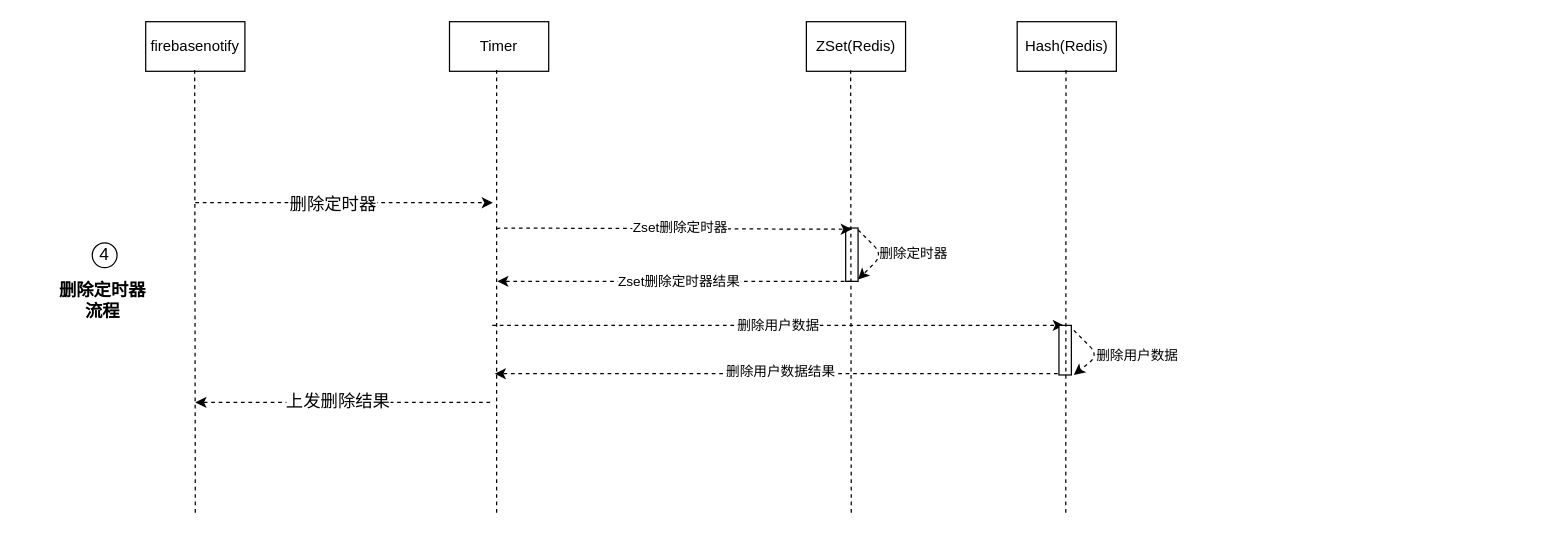
The draw.io diagram page "Page-7" (7 of 8) of timer.drawio in mbabby/draw.io.file, before the edit. Source tidied: cells renumbered, new cells numbered last; positions are measured from the earlier drawing's top-left corner, leaving out a move shared by most shapes. Both pictures are drawn from the tidied source at 124%, with x=0, y=0 at pixel (46, 21).
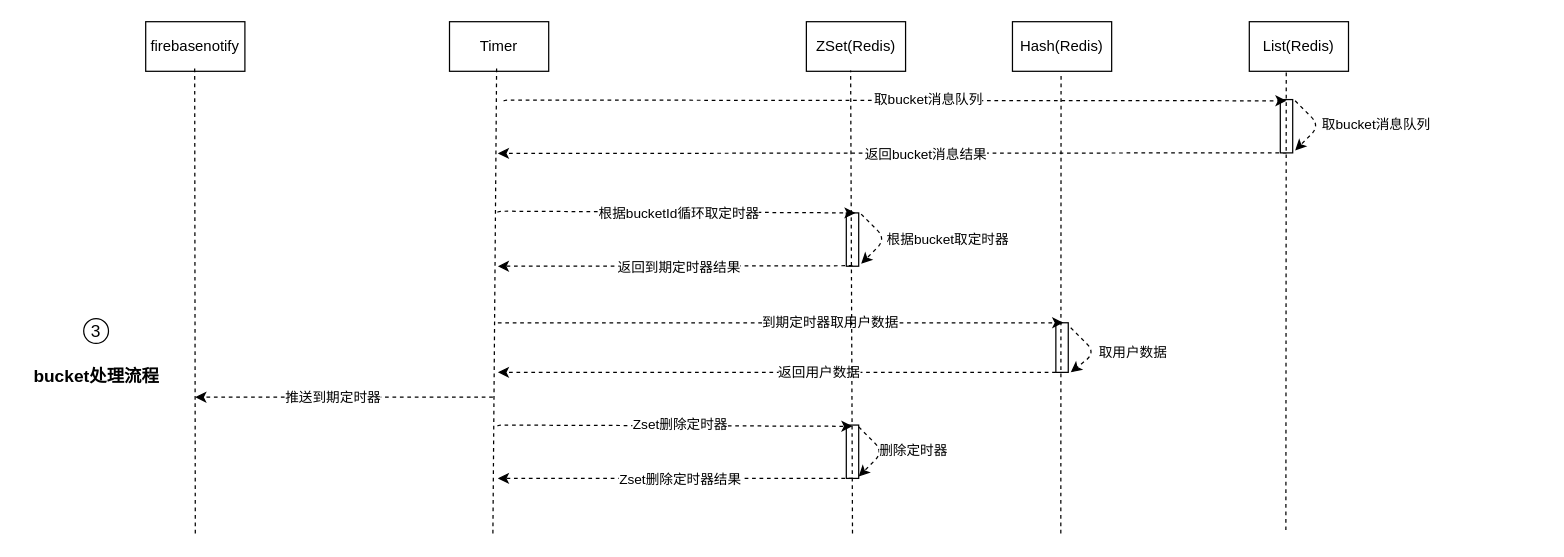
The same diagram, later.

Diff of the diagram source:
```diff
@@
-    <mxCell id="5" value="Hash(Redis)" style="rounded=0;whiteSpace=wrap;html=1;" parent="1" vertex="1">
-      <mxGeometry x="782.8" width="80" height="40" as="geometry" />
-    </mxCell>
     <mxCell id="6" style="endArrow=none;dashed=1;html=1;" parent="1" edge="1">
       <mxGeometry relative="1" as="geometry">
-        <mxPoint x="120" y="396" as="sourcePoint" />
+        <mxPoint x="120" y="412.8" as="sourcePoint" />
         <mxPoint x="119.5" y="36" as="targetPoint" />
       </mxGeometry>
     </mxCell>
     <mxCell id="7" style="endArrow=none;dashed=1;html=1;" parent="1" edge="1">
       <mxGeometry relative="1" as="geometry">
-        <mxPoint x="363" y="396" as="sourcePoint" />
+        <mxPoint x="360" y="412.8" as="sourcePoint" />
         <mxPoint x="363" y="36" as="targetPoint" />
       </mxGeometry>
     </mxCell>
-    <mxCell id="8" style="endArrow=classic;html=1;dashed=1;" parent="1" edge="1">
-      <mxGeometry relative="1" as="geometry">
-        <mxPoint x="120" y="146" as="sourcePoint" />
-        <mxPoint x="360" y="146" as="targetPoint" />
-        <Array as="points">
-          <mxPoint x="240" y="146" />
-        </Array>
-      </mxGeometry>
-    </mxCell>
-    <mxCell id="9" value="删除定时器" style="edgeLabel;html=1;align=center;verticalAlign=middle;fontSize=14;" parent="8" vertex="1">
-      <mxGeometry x="-0.09" y="1" relative="1" as="geometry">
-        <mxPoint x="1" y="1" as="offset" />
-      </mxGeometry>
-    </mxCell>
-    <mxCell id="10" style="endArrow=classic;html=1;dashed=1;" parent="1" edge="1">
-      <mxGeometry relative="1" as="geometry">
-        <mxPoint x="357.8" y="307" as="sourcePoint" />
-        <mxPoint x="120" y="307" as="targetPoint" />
-      </mxGeometry>
-    </mxCell>
-    <mxCell id="11" value="4" style="ellipse;whiteSpace=wrap;html=1;fontSize=14;align=center;" parent="1" vertex="1">
-      <mxGeometry x="36.9" y="178.4" width="20" height="20" as="geometry" />
-    </mxCell>
-    <mxCell id="12" value="&lt;b&gt;删除定时器&lt;br&gt;流程&lt;/b&gt;" style="text;html=1;align=center;verticalAlign=middle;strokeColor=none;fillColor=none;fontSize=14;" parent="1" vertex="1">
-      <mxGeometry y="204.9" width="90" height="40" as="geometry" />
-    </mxCell>
-    <mxCell id="13" value="上发删除结果" style="edgeLabel;html=1;align=center;verticalAlign=middle;fontSize=14;" parent="1" vertex="1">
-      <mxGeometry x="230" y="237" as="geometry">
-        <mxPoint x="4" y="68" as="offset" />
-      </mxGeometry>
-    </mxCell>
-    <mxCell id="14" style="rounded=0;whiteSpace=wrap;html=1;" parent="1" vertex="1">
-      <mxGeometry x="644.5" y="166.4" width="10" height="43" as="geometry" />
-    </mxCell>
-    <mxCell id="15" style="endArrow=classic;html=1;dashed=1;" parent="1" edge="1">
-      <mxGeometry relative="1" as="geometry">
-        <mxPoint x="363.5" y="167.4" as="sourcePoint" />
-        <mxPoint x="649.5" y="167.4" as="targetPoint" />
-        <Array as="points">
-          <mxPoint x="363.5" y="166.4" />
-        </Array>
-      </mxGeometry>
-    </mxCell>
+    <mxCell id="30" style="endArrow=classic;html=1;dashed=1;" parent="1" edge="1">
+      <mxGeometry relative="1" as="geometry">
+        <mxPoint x="1000" y="105.8" as="sourcePoint" />
+        <mxPoint x="364" y="106.2" as="targetPoint" />
+      </mxGeometry>
+    </mxCell>
+    <mxCell id="31" value="返回bucket消息结果" style="edgeLabel;html=1;align=center;verticalAlign=middle;" parent="30" vertex="1">
+      <mxGeometry x="0.14" y="-1" relative="1" as="geometry">
+        <mxPoint x="72" y="1" as="offset" />
+      </mxGeometry>
+    </mxCell>
+    <mxCell id="32" style="rounded=0;whiteSpace=wrap;html=1;" parent="1" vertex="1">
+      <mxGeometry x="995" y="62.8" width="10" height="43" as="geometry" />
+    </mxCell>
+    <mxCell id="33" style="endArrow=classic;html=1;dashed=1;" parent="1" edge="1">
+      <mxGeometry relative="1" as="geometry">
+        <mxPoint x="1007" y="63.8" as="sourcePoint" />
+        <mxPoint x="1007" y="103.8" as="targetPoint" />
+        <Array as="points">
+          <mxPoint x="1027" y="83.8" />
+        </Array>
+      </mxGeometry>
+    </mxCell>
+    <mxCell id="34" value="&lt;div style=&quot;text-align: center&quot;&gt;&lt;font face=&quot;helvetica&quot;&gt;&lt;span style=&quot;font-size: 11px ; background-color: rgb(255 , 255 , 255)&quot;&gt;取bucket消息队列&lt;/span&gt;&lt;/font&gt;&lt;/div&gt;" style="text;whiteSpace=wrap;html=1;" parent="1" vertex="1">
+      <mxGeometry x="1027" y="69.3" width="180" height="30" as="geometry" />
+    </mxCell>
+    <mxCell id="35" style="rounded=0;whiteSpace=wrap;html=1;" parent="1" vertex="1">
+      <mxGeometry x="645" y="154.2" width="10" height="43" as="geometry" />
+    </mxCell>
+    <mxCell id="36" style="endArrow=classic;html=1;dashed=1;" parent="1" edge="1">
+      <mxGeometry relative="1" as="geometry">
+        <mxPoint x="657" y="155.2" as="sourcePoint" />
+        <mxPoint x="657" y="195.2" as="targetPoint" />
+        <Array as="points">
+          <mxPoint x="677" y="175.2" />
+        </Array>
+      </mxGeometry>
+    </mxCell>
+    <mxCell id="37" value="&lt;div style=&quot;text-align: center&quot;&gt;&lt;font face=&quot;helvetica&quot;&gt;&lt;span style=&quot;font-size: 11px ; background-color: rgb(255 , 255 , 255)&quot;&gt;根据bucket取定时器&lt;/span&gt;&lt;/font&gt;&lt;/div&gt;" style="text;whiteSpace=wrap;html=1;" parent="1" vertex="1">
+      <mxGeometry x="676" y="162.2" width="180" height="30" as="geometry" />
+    </mxCell>
+    <mxCell id="38" style="endArrow=classic;html=1;dashed=1;" parent="1" edge="1">
+      <mxGeometry relative="1" as="geometry">
+        <mxPoint x="650" y="196.8" as="sourcePoint" />
+        <mxPoint x="364" y="197.2" as="targetPoint" />
+      </mxGeometry>
+    </mxCell>
+    <mxCell id="39" value="返回到期定时器结果" style="edgeLabel;html=1;align=center;verticalAlign=middle;" parent="38" vertex="1">
+      <mxGeometry x="0.14" y="-1" relative="1" as="geometry">
+        <mxPoint x="23" y="1" as="offset" />
+      </mxGeometry>
+    </mxCell>
+    <mxCell id="40" style="endArrow=classic;html=1;dashed=1;" parent="1" edge="1">
+      <mxGeometry relative="1" as="geometry">
+        <mxPoint x="820" y="282.8" as="sourcePoint" />
+        <mxPoint x="364" y="282.8" as="targetPoint" />
+      </mxGeometry>
+    </mxCell>
+    <mxCell id="41" value="返回用户数据" style="edgeLabel;html=1;align=center;verticalAlign=middle;" parent="40" vertex="1">
+      <mxGeometry x="0.14" y="-1" relative="1" as="geometry">
+        <mxPoint x="62" y="1" as="offset" />
+      </mxGeometry>
+    </mxCell>
+    <mxCell id="42" style="rounded=0;whiteSpace=wrap;html=1;" parent="1" vertex="1">
+      <mxGeometry x="814" y="242.8" width="10" height="40" as="geometry" />
+    </mxCell>
+    <mxCell id="43" style="endArrow=classic;html=1;dashed=1;" parent="1" edge="1">
+      <mxGeometry relative="1" as="geometry">
+        <mxPoint x="826" y="246.8" as="sourcePoint" />
+        <mxPoint x="826" y="282.8" as="targetPoint" />
+        <Array as="points">
+          <mxPoint x="846" y="266.8" />
+        </Array>
+      </mxGeometry>
+    </mxCell>
+    <mxCell id="44" value="&lt;div style=&quot;text-align: center&quot;&gt;&lt;font face=&quot;helvetica&quot;&gt;&lt;span style=&quot;font-size: 11px ; background-color: rgb(255 , 255 , 255)&quot;&gt;取用户数据&lt;/span&gt;&lt;/font&gt;&lt;/div&gt;" style="text;whiteSpace=wrap;html=1;" parent="1" vertex="1">
+      <mxGeometry x="847" y="252.8" width="180" height="30" as="geometry" />
+    </mxCell>
+    <mxCell id="45" value="3" style="ellipse;whiteSpace=wrap;html=1;fontSize=14;align=center;" parent="1" vertex="1">
+      <mxGeometry x="30" y="239.5" width="20" height="20" as="geometry" />
+    </mxCell>
+    <mxCell id="46" value="&lt;b&gt;bucket处理流程&lt;/b&gt;" style="text;html=1;align=center;verticalAlign=middle;strokeColor=none;fillColor=none;fontSize=14;" parent="1" vertex="1">
+      <mxGeometry x="-20" y="276" width="120" height="20" as="geometry" />
+    </mxCell>
+    <mxCell id="47" style="endArrow=classic;html=1;dashed=1;entryX=0.75;entryY=0;entryDx=0;entryDy=0;" parent="1" edge="1" target="35">
+      <mxGeometry relative="1" as="geometry">
+        <mxPoint x="364" y="153.8" as="sourcePoint" />
+        <Array as="points">
+          <mxPoint x="364" y="152.8" />
+        </Array>
+      </mxGeometry>
+    </mxCell>
+    <mxCell id="48" value="根据bucketId循环取定时器" style="edgeLabel;html=1;align=center;verticalAlign=middle;" parent="47" vertex="1">
+      <mxGeometry x="0.14" y="-1" relative="1" as="geometry">
+        <mxPoint x="-18" as="offset" />
+      </mxGeometry>
+    </mxCell>
+    <mxCell id="49" style="endArrow=classic;html=1;dashed=1;" parent="1" edge="1">
+      <mxGeometry relative="1" as="geometry">
+        <mxPoint x="364" y="242.8" as="sourcePoint" />
+        <mxPoint x="820" y="242.8" as="targetPoint" />
+      </mxGeometry>
+    </mxCell>
+    <mxCell id="50" value="到期定时器取用户数据" style="edgeLabel;html=1;align=center;verticalAlign=middle;" parent="49" vertex="1">
+      <mxGeometry x="0.14" y="-1" relative="1" as="geometry">
+        <mxPoint x="7" y="-1" as="offset" />
+      </mxGeometry>
+    </mxCell>
+    <mxCell id="51" style="endArrow=classic;html=1;dashed=1;" parent="1" edge="1">
+      <mxGeometry relative="1" as="geometry">
+        <mxPoint x="369" y="64.2" as="sourcePoint" />
+        <mxPoint x="1000" y="63.8" as="targetPoint" />
+        <Array as="points">
+          <mxPoint x="369" y="63.2" />
+        </Array>
+      </mxGeometry>
+    </mxCell>
+    <mxCell id="52" value="取bucket消息队列" style="edgeLabel;html=1;align=center;verticalAlign=middle;" parent="51" vertex="1">
+      <mxGeometry x="0.14" y="-1" relative="1" as="geometry">
+        <mxPoint x="-17" y="-2" as="offset" />
+      </mxGeometry>
+    </mxCell>
+    <mxCell id="53" style="rounded=0;whiteSpace=wrap;html=1;" parent="1" vertex="1">
+      <mxGeometry x="645" y="325.3" width="10" height="43" as="geometry" />
+    </mxCell>
+    <mxCell id="54" style="endArrow=classic;html=1;dashed=1;" parent="1" edge="1">
+      <mxGeometry relative="1" as="geometry">
+        <mxPoint x="364" y="326.3" as="sourcePoint" />
+        <mxPoint x="650" y="326.3" as="targetPoint" />
+        <Array as="points">
+          <mxPoint x="364" y="325.3" />
+        </Array>
+      </mxGeometry>
+    </mxCell>
-    <mxCell id="16" value="Zset删除定时器" style="edgeLabel;html=1;align=center;verticalAlign=middle;" parent="15" vertex="1">
+    <mxCell id="16" value="Zset删除定时器" style="edgeLabel;html=1;align=center;verticalAlign=middle;" parent="54" vertex="1">
       <mxGeometry x="0.14" y="-1" relative="1" as="geometry">
         <mxPoint x="-16" y="-2" as="offset" />
       </mxGeometry>
     </mxCell>
-    <mxCell id="17" style="endArrow=classic;html=1;dashed=1;" parent="1" edge="1">
-      <mxGeometry relative="1" as="geometry">
-        <mxPoint x="654.5" y="167.9" as="sourcePoint" />
-        <mxPoint x="654.5" y="207.9" as="targetPoint" />
-        <Array as="points">
-          <mxPoint x="674.5" y="187.9" />
-        </Array>
-      </mxGeometry>
-    </mxCell>
+    <mxCell id="55" style="endArrow=classic;html=1;dashed=1;" parent="1" edge="1">
+      <mxGeometry relative="1" as="geometry">
+        <mxPoint x="655" y="326.8" as="sourcePoint" />
+        <mxPoint x="655" y="366.8" as="targetPoint" />
+        <Array as="points">
+          <mxPoint x="675" y="346.8" />
+        </Array>
+      </mxGeometry>
+    </mxCell>
     <mxCell id="18" value="&lt;div style=&quot;text-align: center&quot;&gt;&lt;font face=&quot;helvetica&quot;&gt;&lt;span style=&quot;font-size: 11px ; background-color: rgb(255 , 255 , 255)&quot;&gt;删除定时器&lt;/span&gt;&lt;/font&gt;&lt;/div&gt;" style="text;whiteSpace=wrap;html=1;" parent="1" vertex="1">
-      <mxGeometry x="669.5" y="172.9" width="120" height="30" as="geometry" />
+      <mxGeometry x="670" y="331.8" width="120" height="30" as="geometry" />
     </mxCell>
-    <mxCell id="19" style="endArrow=classic;html=1;dashed=1;" parent="1" edge="1">
-      <mxGeometry relative="1" as="geometry">
-        <mxPoint x="649.5" y="209.4" as="sourcePoint" />
-        <mxPoint x="363.5" y="209.4" as="targetPoint" />
-      </mxGeometry>
-    </mxCell>
+    <mxCell id="56" style="endArrow=classic;html=1;dashed=1;" parent="1" edge="1">
+      <mxGeometry relative="1" as="geometry">
+        <mxPoint x="650" y="368.3" as="sourcePoint" />
+        <mxPoint x="364" y="368.3" as="targetPoint" />
+      </mxGeometry>
+    </mxCell>
-    <mxCell id="20" value="Zset删除定时器结果" style="edgeLabel;html=1;align=center;verticalAlign=middle;" parent="19" vertex="1">
+    <mxCell id="20" value="Zset删除定时器结果" style="edgeLabel;html=1;align=center;verticalAlign=middle;" parent="56" vertex="1">
       <mxGeometry x="0.14" y="-1" relative="1" as="geometry">
         <mxPoint x="23" y="1" as="offset" />
       </mxGeometry>
     </mxCell>
-    <mxCell id="21" style="endArrow=classic;html=1;dashed=1;" parent="1" edge="1">
-      <mxGeometry relative="1" as="geometry">
-        <mxPoint x="359.5" y="244.9" as="sourcePoint" />
-        <mxPoint x="820.5" y="244.9" as="targetPoint" />
-      </mxGeometry>
-    </mxCell>
-    <mxCell id="22" value="删除用户数据" style="edgeLabel;html=1;align=center;verticalAlign=middle;" parent="21" vertex="1">
-      <mxGeometry x="0.14" y="-1" relative="1" as="geometry">
-        <mxPoint x="-33" y="-1" as="offset" />
-      </mxGeometry>
-    </mxCell>
-    <mxCell id="23" style="endArrow=classic;html=1;dashed=1;" parent="1" edge="1">
-      <mxGeometry relative="1" as="geometry">
-        <mxPoint x="821.5" y="283.9" as="sourcePoint" />
-        <mxPoint x="361.5" y="283.9" as="targetPoint" />
-      </mxGeometry>
-    </mxCell>
-    <mxCell id="24" value="删除用户数据结果" style="edgeLabel;html=1;align=center;verticalAlign=middle;" parent="23" vertex="1">
-      <mxGeometry x="0.14" y="-1" relative="1" as="geometry">
-        <mxPoint x="32" y="-1" as="offset" />
-      </mxGeometry>
-    </mxCell>
-    <mxCell id="25" style="rounded=0;whiteSpace=wrap;html=1;" parent="1" vertex="1">
-      <mxGeometry x="816.5" y="244.9" width="10" height="40" as="geometry" />
-    </mxCell>
-    <mxCell id="26" style="endArrow=classic;html=1;dashed=1;" parent="1" edge="1">
-      <mxGeometry relative="1" as="geometry">
-        <mxPoint x="828.5" y="248.9" as="sourcePoint" />
-        <mxPoint x="828.5" y="284.9" as="targetPoint" />
-        <Array as="points">
-          <mxPoint x="848.5" y="268.9" />
-        </Array>
-      </mxGeometry>
-    </mxCell>
-    <mxCell id="27" value="&lt;div style=&quot;text-align: center&quot;&gt;&lt;font face=&quot;helvetica&quot;&gt;&lt;span style=&quot;font-size: 11px ; background-color: rgb(255 , 255 , 255)&quot;&gt;删除用户数据&lt;/span&gt;&lt;/font&gt;&lt;/div&gt;" style="text;whiteSpace=wrap;html=1;" parent="1" vertex="1">
-      <mxGeometry x="845" y="254.9" width="180" height="30" as="geometry" />
-    </mxCell>
-    <mxCell id="28" style="endArrow=none;dashed=1;html=1;" parent="1" edge="1">
-      <mxGeometry relative="1" as="geometry">
-        <mxPoint x="822" y="396" as="sourcePoint" />
-        <mxPoint x="822.2" y="36" as="targetPoint" />
-      </mxGeometry>
-    </mxCell>
+    <mxCell id="57" style="endArrow=classic;html=1;dashed=1;" parent="1" edge="1">
+      <mxGeometry relative="1" as="geometry">
+        <mxPoint x="360" y="302.8" as="sourcePoint" />
+        <mxPoint x="120" y="302.8" as="targetPoint" />
+      </mxGeometry>
+    </mxCell>
+    <mxCell id="58" value="推送到期定时器" style="edgeLabel;html=1;align=center;verticalAlign=middle;" parent="57" vertex="1">
+      <mxGeometry x="0.14" y="-1" relative="1" as="geometry">
+        <mxPoint x="7" y="1" as="offset" />
+      </mxGeometry>
+    </mxCell>
     <mxCell id="29" style="endArrow=none;dashed=1;html=1;" parent="1" edge="1">
       <mxGeometry relative="1" as="geometry">
-        <mxPoint x="649" y="396" as="sourcePoint" />
-        <mxPoint x="648.5" y="39.2" as="targetPoint" />
+        <mxPoint x="650" y="412.8" as="sourcePoint" />
+        <mxPoint x="648.5" y="39.3" as="targetPoint" />
       </mxGeometry>
     </mxCell>
+    <mxCell id="5" value="Hash(Redis)" style="rounded=0;whiteSpace=wrap;html=1;" parent="1" vertex="1">
+      <mxGeometry x="779" width="80" height="40" as="geometry" />
+    </mxCell>
+    <mxCell id="59" value="List(Redis)" style="rounded=0;whiteSpace=wrap;html=1;" parent="1" vertex="1">
+      <mxGeometry x="970" width="80" height="40" as="geometry" />
+    </mxCell>
+    <mxCell id="60" style="endArrow=none;dashed=1;html=1;" parent="1" edge="1">
+      <mxGeometry relative="1" as="geometry">
+        <mxPoint x="818" y="412.8" as="sourcePoint" />
+        <mxPoint x="818.2" y="42.8" as="targetPoint" />
+      </mxGeometry>
+    </mxCell>
+    <mxCell id="61" style="endArrow=none;dashed=1;html=1;" parent="1" edge="1">
+      <mxGeometry relative="1" as="geometry">
+        <mxPoint x="999.5" y="410" as="sourcePoint" />
+        <mxPoint x="999.8" y="40" as="targetPoint" />
+      </mxGeometry>
+    </mxCell>
```
